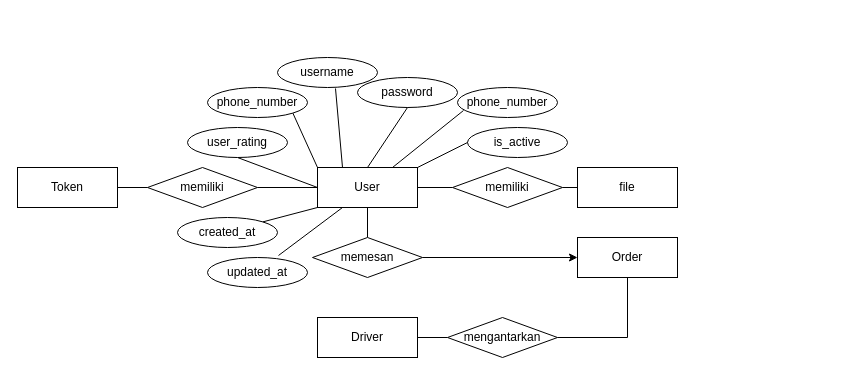
Earlier version of the draw.io diagram starspace/erd.drawio (DemoNicky/technical-test). Source tidied: cells renumbered, new cells numbered last; positions are measured from the earlier drawing's top-left corner, leaving out a move shared by most shapes. Both pictures are drawn from the tidied source at 100%, with x=0, y=0 at pixel (17, 57).
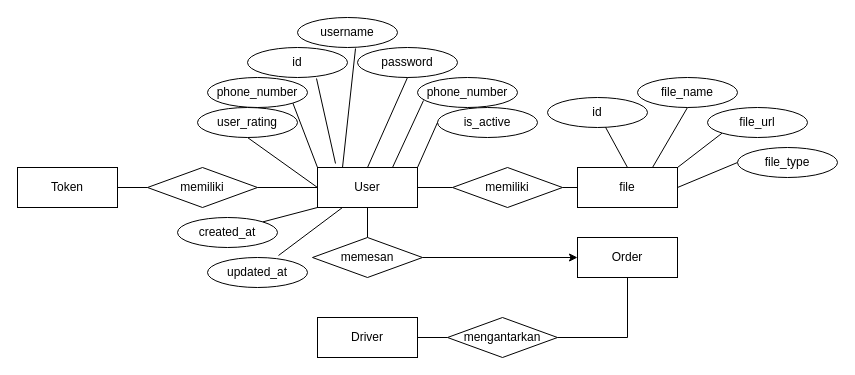
After the change.

The change refers to these unchanged cells:
```xml
<mxCell id="6" value="User" style="rounded=0;whiteSpace=wrap;html=1;" parent="1" vertex="1">
  <mxGeometry x="300" y="110" width="100" height="40" as="geometry" />
</mxCell>
<mxCell id="19" value="file" style="rounded=0;whiteSpace=wrap;html=1;" parent="1" vertex="1">
  <mxGeometry x="560" y="110" width="100" height="40" as="geometry" />
</mxCell>
```

The edit, as a diff of the source:
```diff
@@
     <mxCell id="7" value="phone_number" style="ellipse;whiteSpace=wrap;html=1;" parent="1" vertex="1">
-      <mxGeometry x="440" y="30" width="100" height="30" as="geometry" />
+      <mxGeometry x="400" y="20" width="100" height="30" as="geometry" />
     </mxCell>
     <mxCell id="8" value="phone_number" style="ellipse;whiteSpace=wrap;html=1;" parent="1" vertex="1">
-      <mxGeometry x="190" y="30" width="100" height="30" as="geometry" />
+      <mxGeometry x="190" y="20" width="100" height="30" as="geometry" />
     </mxCell>
     <mxCell id="9" value="username" style="ellipse;whiteSpace=wrap;html=1;" parent="1" vertex="1">
-      <mxGeometry x="260" width="100" height="30" as="geometry" />
+      <mxGeometry x="280" y="-40" width="100" height="30" as="geometry" />
     </mxCell>
     <mxCell id="10" value="password" style="ellipse;whiteSpace=wrap;html=1;" parent="1" vertex="1">
-      <mxGeometry x="340" y="20" width="100" height="30" as="geometry" />
+      <mxGeometry x="340" y="-10" width="100" height="30" as="geometry" />
     </mxCell>
@@
     <mxCell id="12" value="is_active" style="ellipse;whiteSpace=wrap;html=1;" parent="1" vertex="1">
-      <mxGeometry x="450" y="70" width="100" height="30" as="geometry" />
+      <mxGeometry x="420" y="50" width="100" height="30" as="geometry" />
     </mxCell>
@@
     <mxCell id="14" value="user_rating" style="ellipse;whiteSpace=wrap;html=1;" parent="1" vertex="1">
-      <mxGeometry x="170" y="70" width="100" height="30" as="geometry" />
+      <mxGeometry x="180" y="50" width="100" height="30" as="geometry" />
     </mxCell>
@@
+    <mxCell id="35" style="rounded=0;jettySize=auto;html=1;exitX=0.75;exitY=0;exitDx=0;exitDy=0;entryX=0.5;entryY=1;entryDx=0;entryDy=0;endArrow=none;startFill=0;" parent="1" edge="1" source="19" target="42">
+      <mxGeometry relative="1" as="geometry" />
+    </mxCell>
+    <mxCell id="36" style="rounded=0;jettySize=auto;html=1;exitX=1;exitY=0;exitDx=0;exitDy=0;entryX=0;entryY=1;entryDx=0;entryDy=0;endArrow=none;startFill=0;" parent="1" edge="1" source="19" target="41">
+      <mxGeometry relative="1" as="geometry" />
+    </mxCell>
+    <mxCell id="37" style="rounded=0;jettySize=auto;html=1;exitX=1;exitY=0.5;exitDx=0;exitDy=0;entryX=0;entryY=0.5;entryDx=0;entryDy=0;endArrow=none;startFill=0;" parent="1" edge="1" source="19" target="43">
+      <mxGeometry relative="1" as="geometry" />
+    </mxCell>
@@
+    <mxCell id="38" value="id" style="ellipse;whiteSpace=wrap;html=1;" parent="1" vertex="1">
+      <mxGeometry x="230" y="-10" width="100" height="30" as="geometry" />
+    </mxCell>
+    <mxCell id="39" style="rounded=0;jettySize=auto;html=1;exitX=0.69;exitY=1.033;exitDx=0;exitDy=0;entryX=0.18;entryY=-0.1;entryDx=0;entryDy=0;entryPerimeter=0;endArrow=none;startFill=0;exitPerimeter=0;" parent="1" edge="1" source="38" target="6">
+      <mxGeometry relative="1" as="geometry" />
+    </mxCell>
+    <mxCell id="40" value="id" style="ellipse;whiteSpace=wrap;html=1;" parent="1" vertex="1">
+      <mxGeometry x="530" y="40" width="100" height="30" as="geometry" />
+    </mxCell>
+    <mxCell id="41" value="file_url" style="ellipse;whiteSpace=wrap;html=1;" parent="1" vertex="1">
+      <mxGeometry x="690" y="50" width="100" height="30" as="geometry" />
+    </mxCell>
+    <mxCell id="42" value="file_name" style="ellipse;whiteSpace=wrap;html=1;" parent="1" vertex="1">
+      <mxGeometry x="620" y="20" width="100" height="30" as="geometry" />
+    </mxCell>
+    <mxCell id="43" value="file_type" style="ellipse;whiteSpace=wrap;html=1;" parent="1" vertex="1">
+      <mxGeometry x="720" y="90" width="100" height="30" as="geometry" />
+    </mxCell>
+    <mxCell id="44" style="rounded=0;jettySize=auto;html=1;exitX=0.5;exitY=0;exitDx=0;exitDy=0;endArrow=none;startFill=0;" parent="1" edge="1" source="19" target="40">
+      <mxGeometry relative="1" as="geometry" />
+    </mxCell>
```
